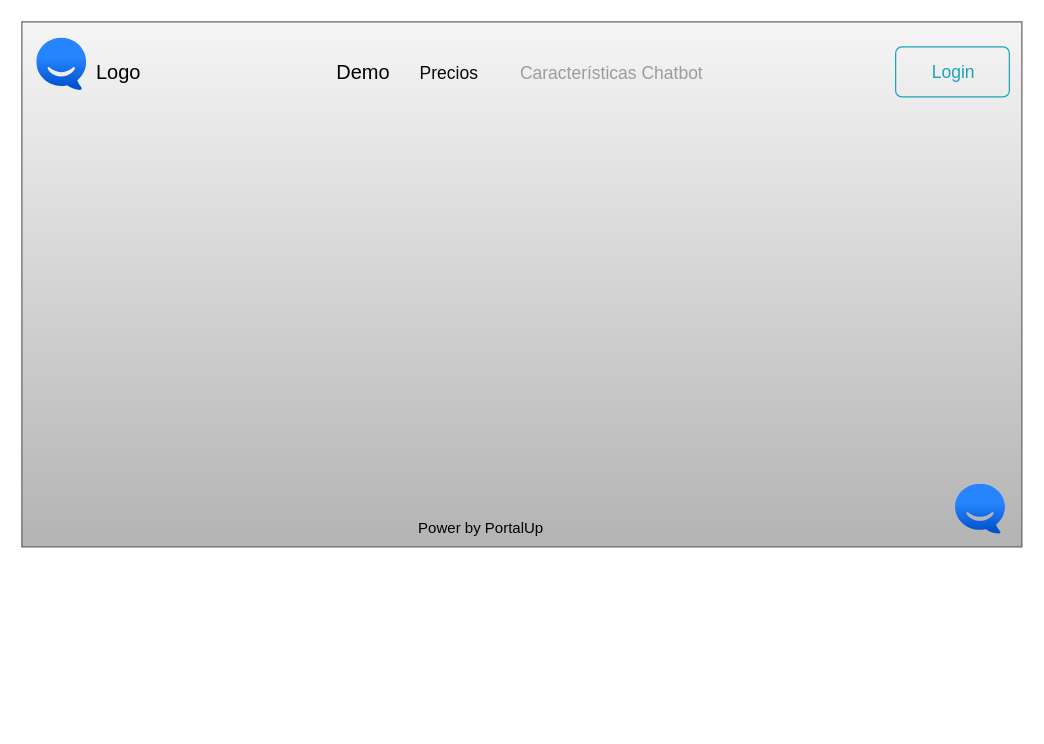
victorhugor45/mockups_chatbot_platform keeps this draw.io diagram as mockup_template.drawio. Above is the earlier version. Source tidied: cells renumbered, new cells numbered last; positions are measured from the earlier drawing's top-left corner, leaving out a move shared by most shapes. Both pictures are drawn from the tidied source at 125%, with x=0, y=0 at pixel (21, 21).
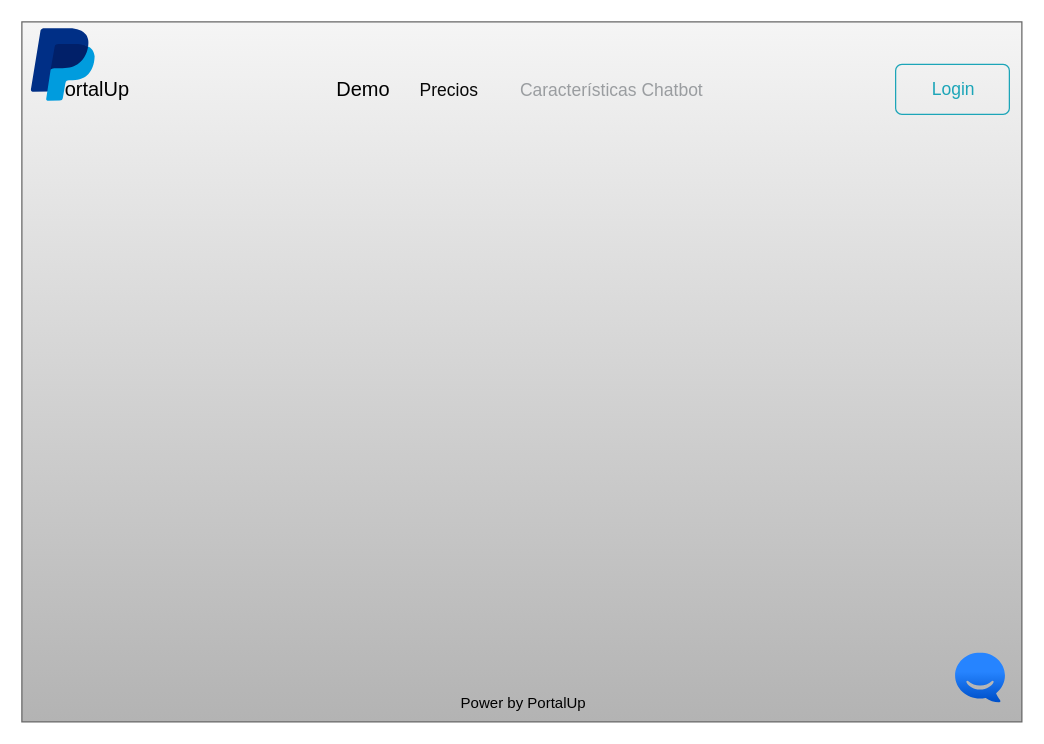
Above is the later version.

Change to the diagram source:
```diff
@@
 <mxGraphModel>
   <root>
     <mxCell id="0" />
     <mxCell id="1" parent="0" />
     <mxCell id="2" style="rounded=0;whiteSpace=wrap;html=1;fillColor=#f5f5f5;gradientColor=#b3b3b3;strokeColor=#666666;" parent="1" vertex="1">
-      <mxGeometry width="800" height="420" as="geometry" />
+      <mxGeometry width="800" height="560" as="geometry" />
     </mxCell>
     <mxCell id="3" value="Demo" style="html=1;shadow=0;dashed=0;fontSize=16;align=left;spacing=15;fillColor=none;strokeColor=none;" parent="1" vertex="1">
-      <mxGeometry x="237" y="10" width="563" height="60" as="geometry" />
+      <mxGeometry x="237" y="24" width="563" height="60" as="geometry" />
     </mxCell>
     <mxCell id="4" value="Precios" style="fillColor=none;strokeColor=none;fontSize=14;fontColor=#080808;align=center;" parent="3" vertex="1">
       <mxGeometry width="70" height="40" relative="1" as="geometry">
         <mxPoint x="70" y="10" as="offset" />
       </mxGeometry>
     </mxCell>
     <mxCell id="5" value="Características Chatbot " style="fillColor=none;strokeColor=none;fontSize=14;fontColor=#9A9DA0;align=center;" parent="3" vertex="1">
       <mxGeometry width="160" height="40" relative="1" as="geometry">
         <mxPoint x="157" y="10" as="offset" />
       </mxGeometry>
     </mxCell>
     <mxCell id="6" value="Login" style="html=1;shadow=0;dashed=0;shape=mxgraph.bootstrap.rrect;rSize=5;fontSize=14;fontColor=#1CA5B8;strokeColor=#1CA5B8;fillColor=none;" parent="3" vertex="1">
       <mxGeometry x="1" width="91" height="40" relative="1" as="geometry">
         <mxPoint x="-101" y="10" as="offset" />
       </mxGeometry>
     </mxCell>
     <mxCell id="7" value="Power by PortalUp&lt;br&gt;" style="text;html=1;align=center;verticalAlign=middle;strokeColor=none;fillColor=none;" parent="1" vertex="1">
-      <mxGeometry x="307" y="390" width="120" height="30" as="geometry" />
+      <mxGeometry x="341" y="530" width="120" height="30" as="geometry" />
     </mxCell>
-    <mxCell id="8" value="Logo" style="text;html=1;align=center;verticalAlign=middle;strokeColor=none;fillColor=none;fontSize=16;" parent="1" vertex="1">
-      <mxGeometry x="47" y="25" width="60" height="30" as="geometry" />
+    <mxCell id="8" value="ortalUp" style="text;html=1;align=center;verticalAlign=middle;strokeColor=none;fillColor=none;fontSize=16;" parent="1" vertex="1">
+      <mxGeometry x="20" y="39" width="80" height="30" as="geometry" />
     </mxCell>
     <mxCell id="9" style="image;image=img/lib/atlassian/Hipchat_Logo.svg;html=1;direction=east;flipH=0;flipV=0;" parent="1" vertex="1">
-      <mxGeometry x="747" y="370" width="40" height="40" as="geometry" />
+      <mxGeometry x="747" y="505" width="40" height="40" as="geometry" />
     </mxCell>
-    <mxCell id="10" style="image;image=img/lib/atlassian/Hipchat_Logo.svg;html=1;" parent="1" vertex="1">
-      <mxGeometry x="12" y="13" width="40" height="42" as="geometry" />
-    </mxCell>
+    <mxCell id="11" style="dashed=0;html=1;align=center;labelPosition=center;verticalLabelPosition=bottom;verticalAlign=top;shape=mxgraph.weblogos.paypal;" parent="1" vertex="1">
+      <mxGeometry x="7" y="5" width="51.2" height="58" as="geometry" />
+    </mxCell>
   </root>
 </mxGraphModel>
```
